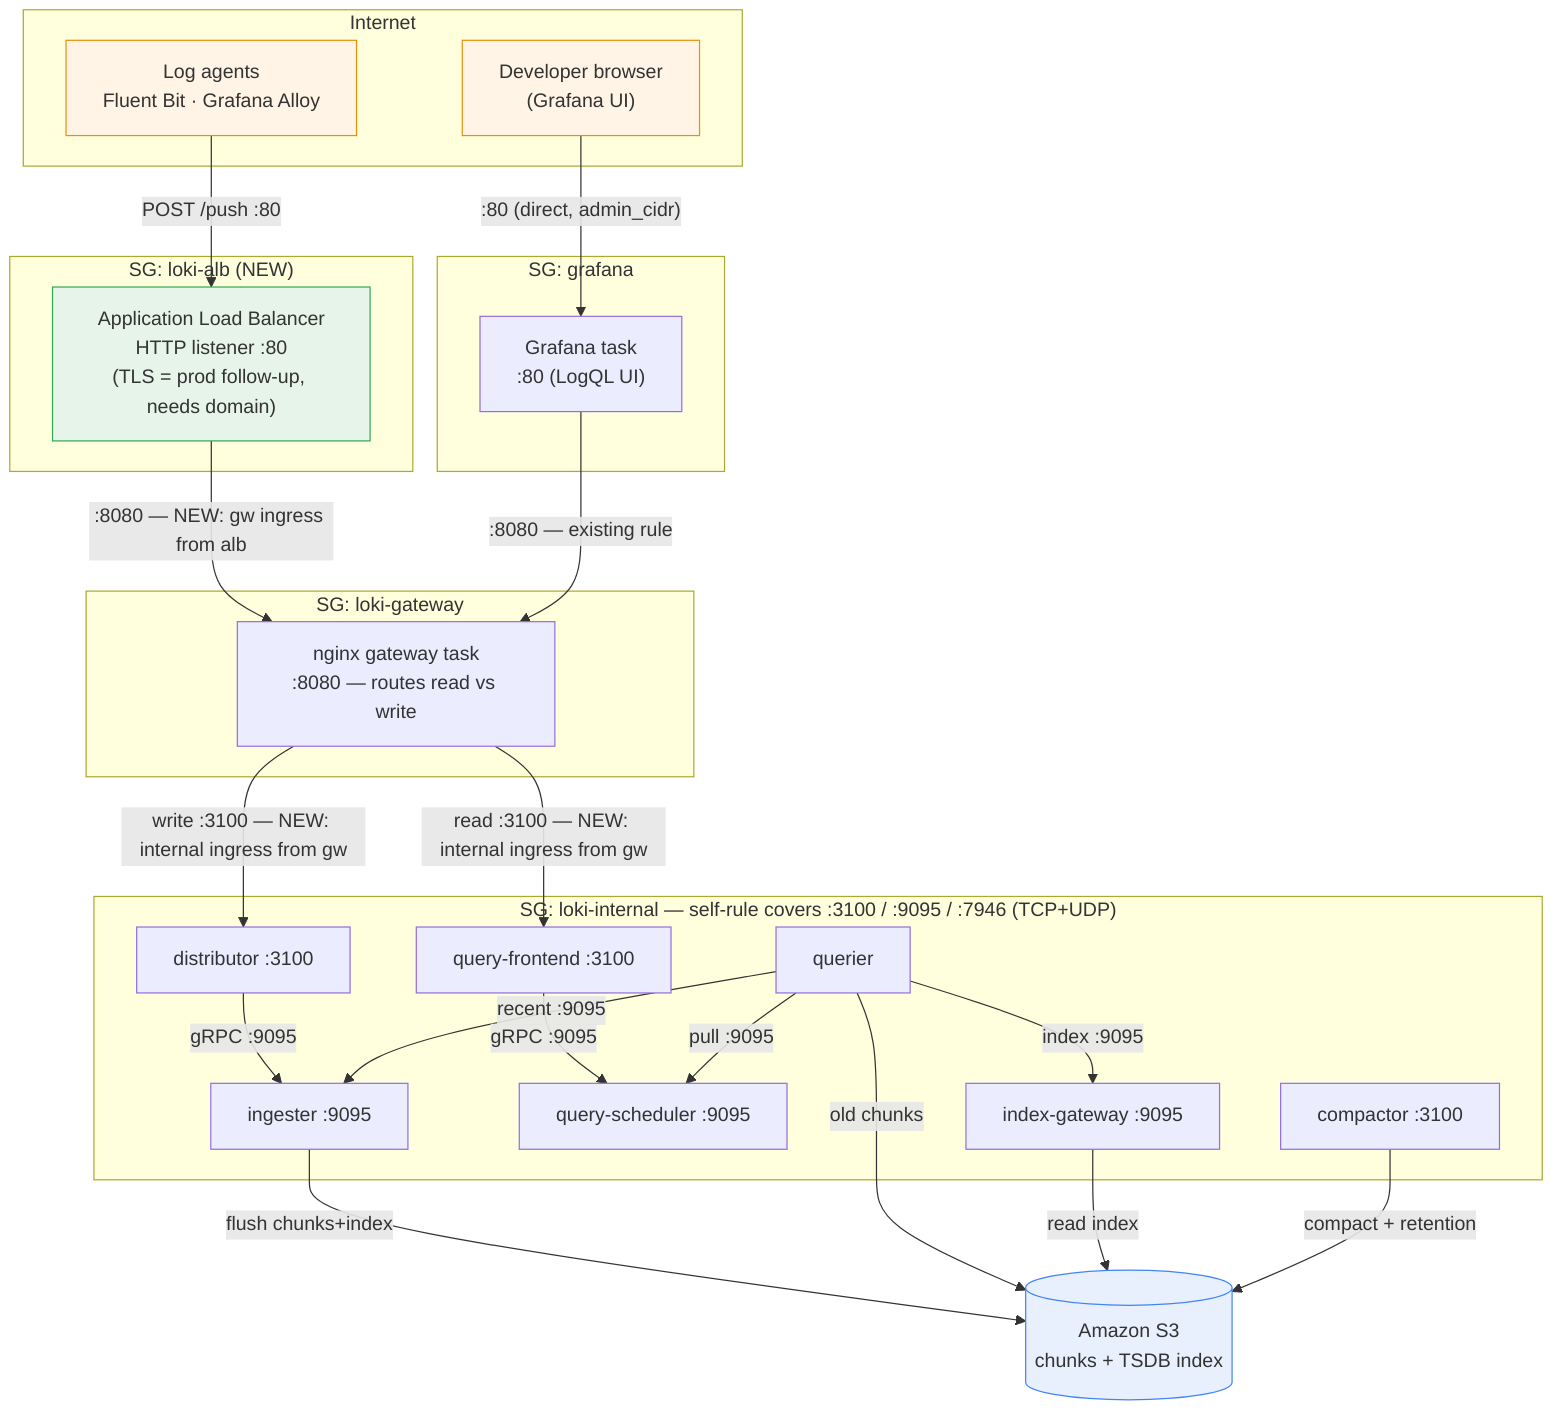
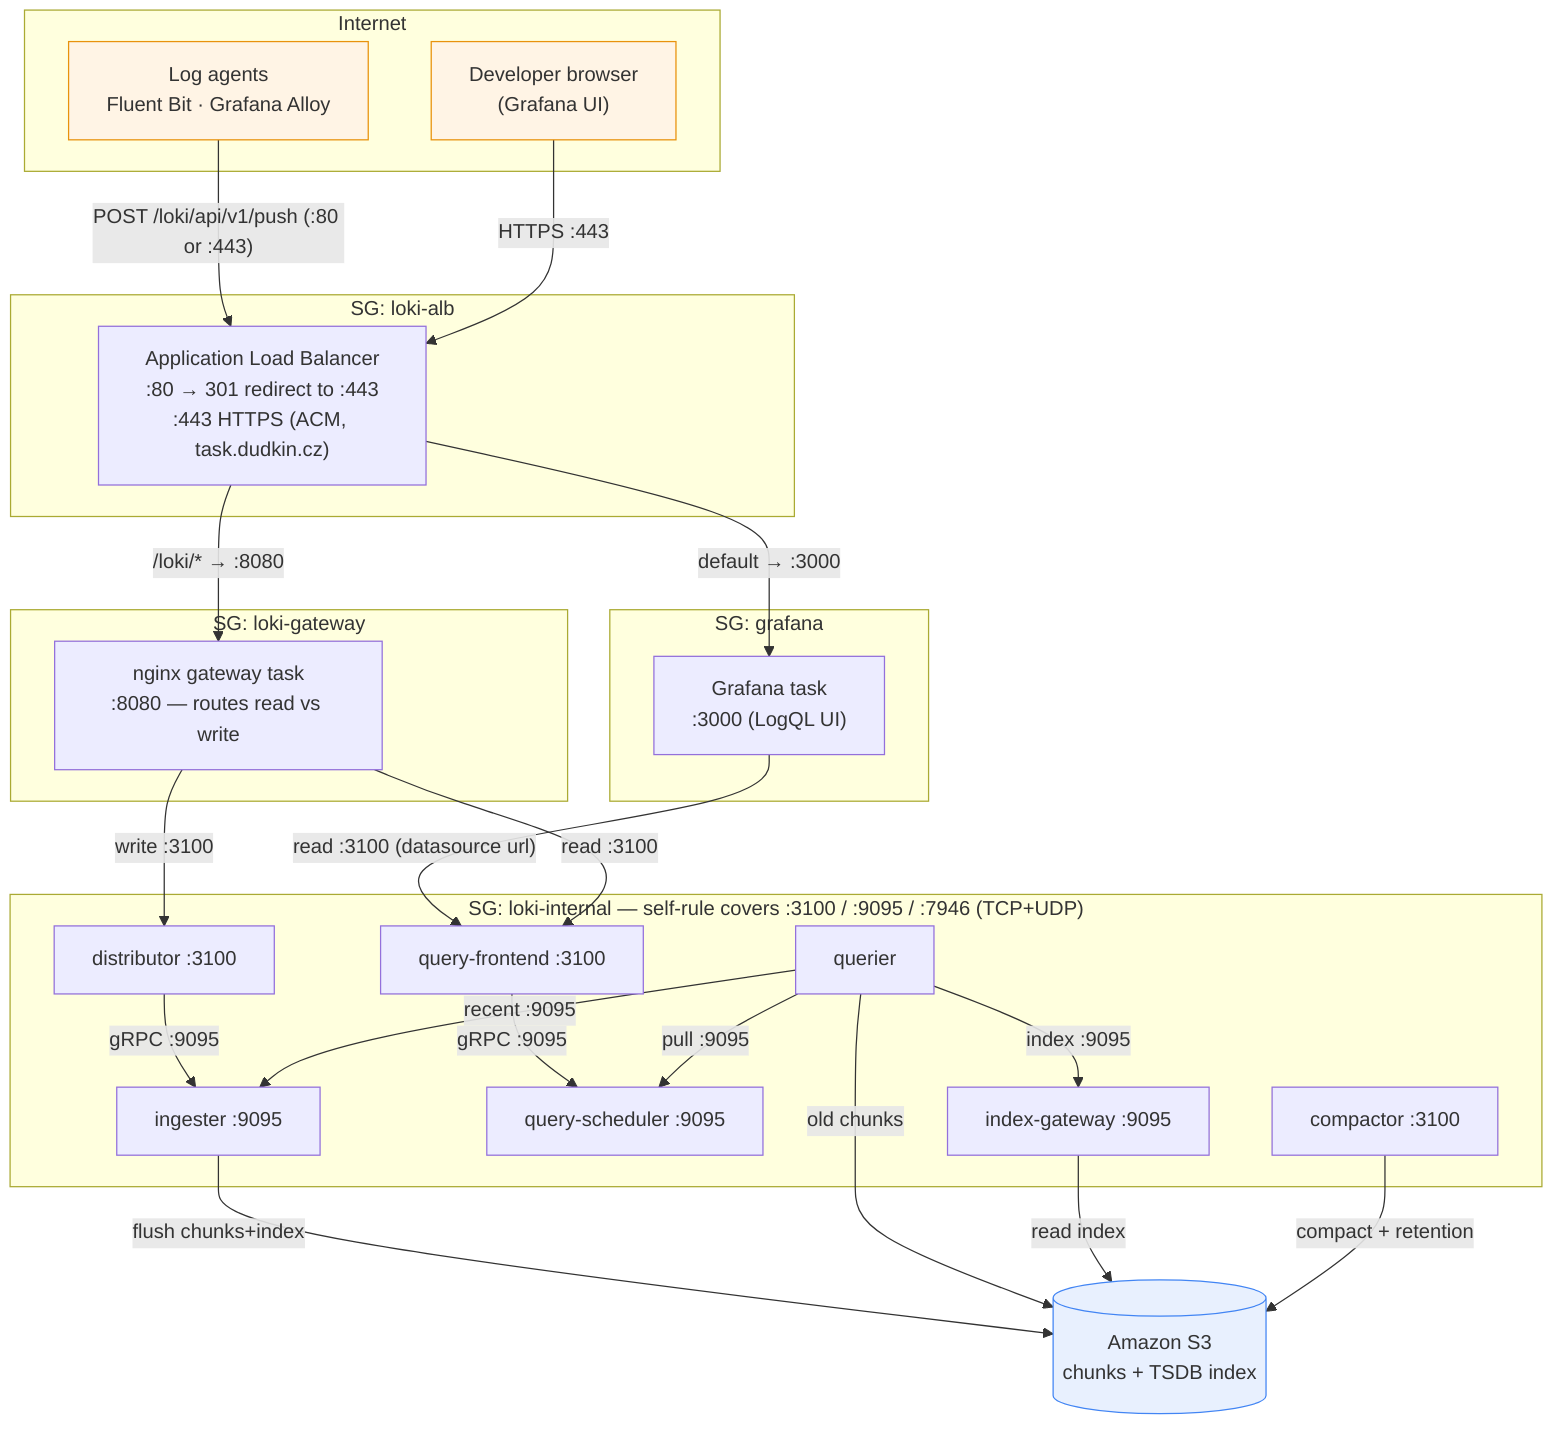
%% Loki on ECS Fargate — security-group boundaries + data flow
- %% Entry: ALB (HTTP :80) -> nginx gateway (:8080) -> components (:3100)
- %% Source of truth: config/loki-config.yml, loki/sg.tf
+ %% Entry: ALB (:80 → 301 redirect to :443 HTTPS, ACM cert for task.dudkin.cz)
+ %%        /loki/* → nginx gateway (:8080) → components (:3100); default → Grafana (:3000)
+ %% Source of truth: config/loki-config.yml, loki/sg.tf, loki/alb.tf, loki/grafana.tf
%% Ports: 3100 = client-facing + internal HTTP | 9095 = inter-component gRPC | 7946 = memberlist gossip (TCP+UDP)
flowchart TB
    %% ===== Outside AWS / public =====
    subgraph NET["Internet"]
        AG["Log agents<br/>Fluent Bit · Grafana Alloy"]
        DEV["Developer browser<br/>(Grafana UI)"]
    end

-     %% ===== SG: loki-alb (NEW) =====
-     subgraph SGALB["SG: loki-alb (NEW)"]
-         ALB["Application Load Balancer<br/>HTTP listener :80<br/>(TLS = prod follow-up, needs domain)"]
+     %% ===== SG: loki-alb =====
+     subgraph SGALB["SG: loki-alb"]
+         ALB["Application Load Balancer<br/>:80 → 301 redirect to :443<br/>:443 HTTPS (ACM, task.dudkin.cz)"]
    end

    %% ===== SG: grafana =====
    subgraph SGGRAF["SG: grafana"]
-         GRAF["Grafana task<br/>:80 (LogQL UI)"]
+         GRAF["Grafana task<br/>:3000 (LogQL UI)"]
    end

    %% ===== SG: loki-gateway =====
    subgraph SGGW["SG: loki-gateway"]
        GW["nginx gateway task<br/>:8080 — routes read vs write"]
    end

    %% ===== SG: loki-internal (the mesh) =====
    subgraph SGINT["SG: loki-internal — self-rule covers :3100 / :9095 / :7946 (TCP+UDP)"]
        DIST["distributor :3100"]
        ING["ingester :9095"]
        QF["query-frontend :3100"]
        QS["query-scheduler :9095"]
        QR["querier"]
        IG["index-gateway :9095"]
        COMP["compactor :3100"]
    end

    S3[("Amazon S3<br/>chunks + TSDB index")]

    %% ----- entry: agents + dev -----
-     AG -->|"POST /push :80"| ALB
-     DEV -->|":80 (direct, admin_cidr)"| GRAF
+     AG -->|"POST /loki/api/v1/push (:80 or :443)"| ALB
+     DEV -->|"HTTPS :443"| ALB

-     %% ----- ALB -> gateway (NEW rules) -----
-     ALB -->|":8080 — NEW: gw ingress from alb"| GW
+     %% ----- ALB routing rules -----
+     ALB -->|"/loki/* → :8080"| GW
+     ALB -->|"default → :3000"| GRAF

-     %% ----- Grafana -> gateway (existing rule) -----
-     GRAF -->|":8080 — existing rule"| GW
+     %% ----- Grafana reads query-frontend DIRECTLY (not via gateway) -----
+     GRAF -->|"read :3100 (datasource url)"| QF

-     %% ----- gateway -> components (NEW rules) -----
-     GW -->|"write :3100 — NEW: internal ingress from gw"| DIST
-     GW -->|"read :3100 — NEW: internal ingress from gw"| QF
+     %% ----- gateway -> components -----
+     GW -->|"write :3100"| DIST
+     GW -->|"read :3100"| QF

    %% ----- internal mesh (self-rule, already covered) -----
    DIST -->|"gRPC :9095"| ING
    QF -->|"gRPC :9095"| QS
    QR -->|"pull :9095"| QS
    QR -->|"recent :9095"| ING
    QR -->|"index :9095"| IG

    %% ----- storage -----
    ING -->|"flush chunks+index"| S3
    QR -->|"old chunks"| S3
    IG -->|"read index"| S3
    COMP -->|"compact + retention"| S3

    classDef nw fill:#fff4e5,stroke:#e8920c;
    classDef s3 fill:#e8f0fe,stroke:#4285f4;
-     classDef newsg fill:#e6f4ea,stroke:#34a853;
    class AG,DEV nw;
    class S3 s3;
-     class ALB newsg;
